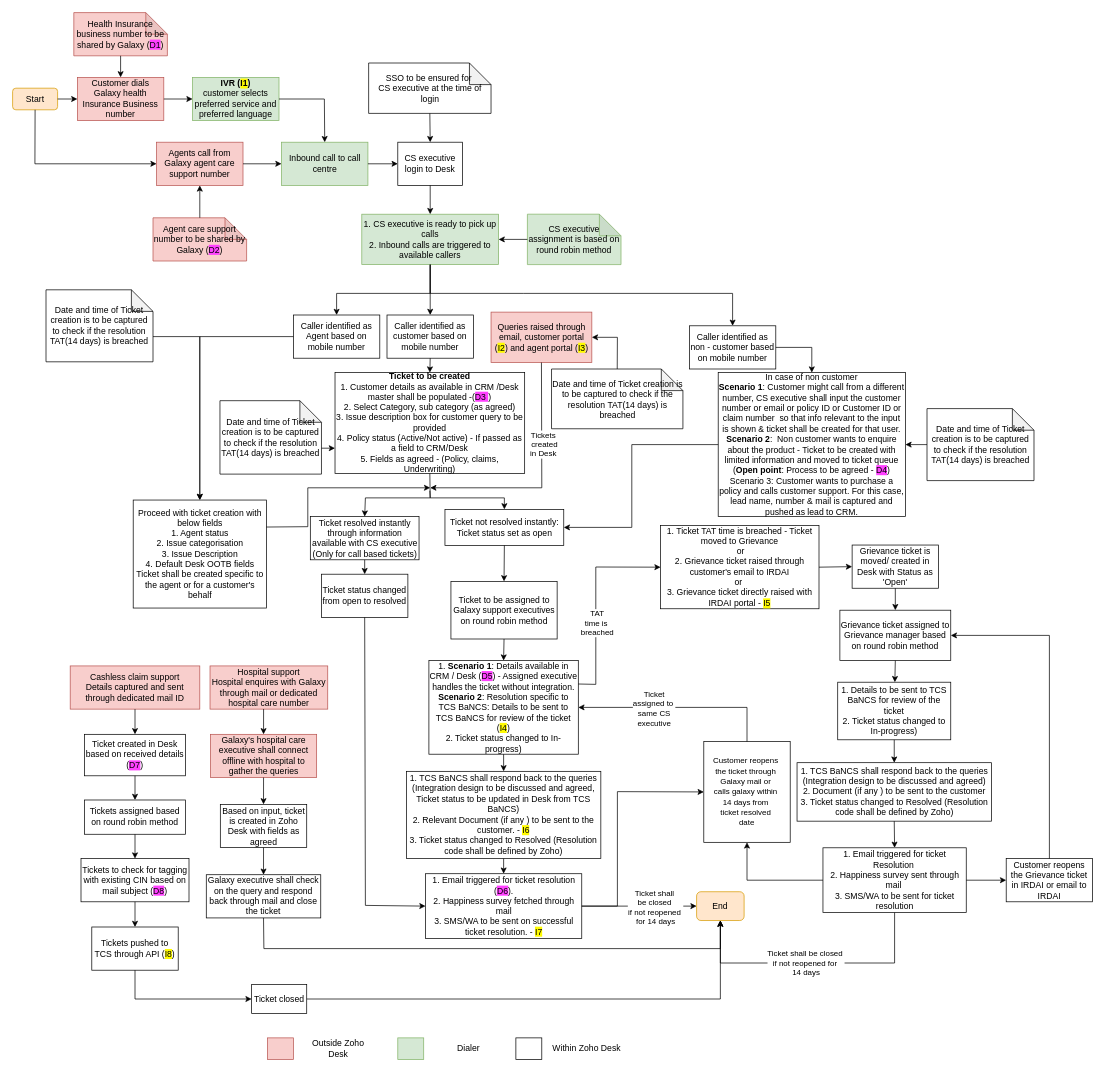
Above: Customer Support.drawio in shaileshsreedar/Galaxy (draw.io), before the change. Source tidied: cells renumbered, new cells numbered last; positions are measured from the earlier drawing's top-left corner, leaving out a move shared by most shapes. Both pictures are drawn from the tidied source at 72%, with x=0, y=0 at pixel (12, 12).
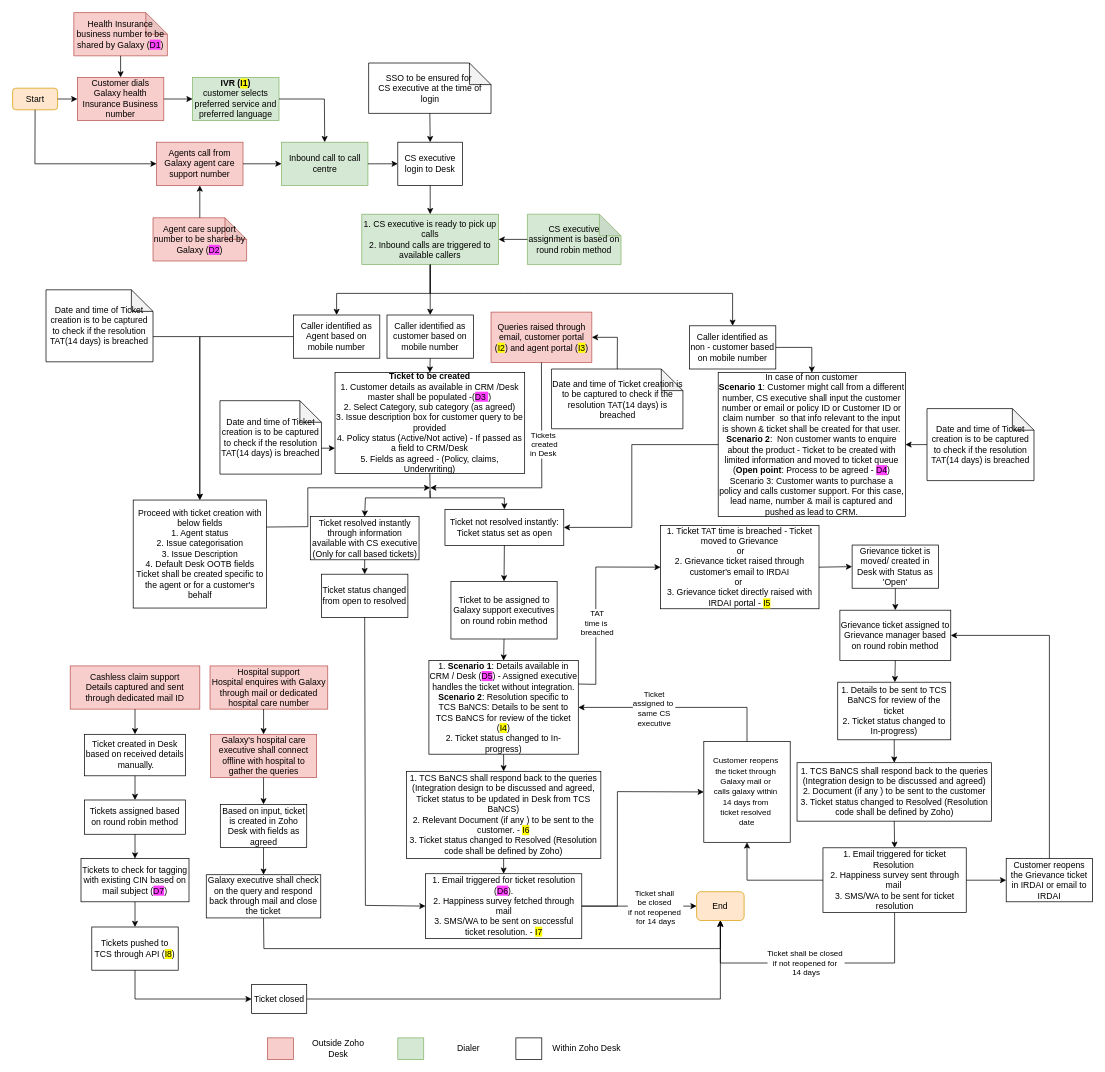
After the change.

Change to the diagram source:
```diff
@@
-    <mxCell id="105" value="Ticket created in Desk based on received details (&lt;span style=&quot;background-color: rgb(255, 64, 255);&quot;&gt;D7&lt;/span&gt;)" style="rounded=0;whiteSpace=wrap;html=1;" parent="1" vertex="1">
+    <mxCell id="105" value="Ticket created in Desk based on received details &amp;nbsp;manually." style="rounded=0;whiteSpace=wrap;html=1;" parent="1" vertex="1">
       <mxGeometry x="100" y="1002.4" width="140" height="57.6" as="geometry" />
     </mxCell>
@@
-    <mxCell id="109" value="Tickets to check for tagging with existing CIN based on mail subject (&lt;span style=&quot;background-color: rgb(255, 64, 255);&quot;&gt;D8&lt;/span&gt;)" style="rounded=0;whiteSpace=wrap;html=1;" parent="1" vertex="1">
+    <mxCell id="109" value="Tickets to check for tagging with existing CIN based on mail subject (&lt;span style=&quot;background-color: rgb(255, 64, 255);&quot;&gt;D7&lt;/span&gt;)" style="rounded=0;whiteSpace=wrap;html=1;" parent="1" vertex="1">
       <mxGeometry x="95" y="1175" width="150" height="60" as="geometry" />
     </mxCell>
```
